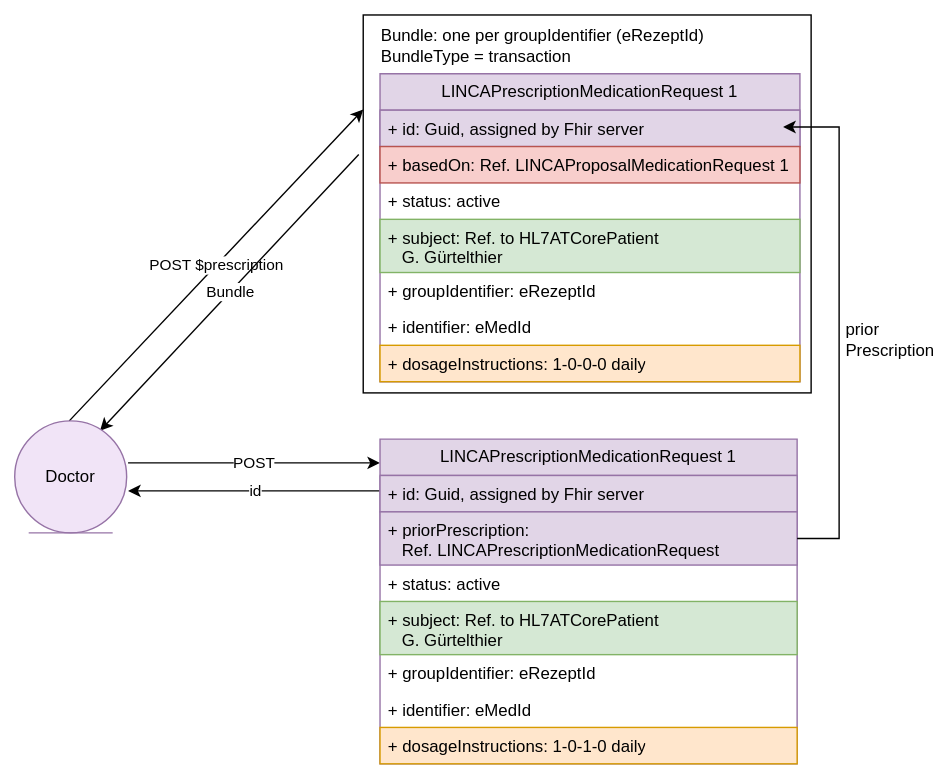
Above: r5-LinkedCare-dev/UserStory_012_diagram.svg in HL7Austria/hl7austria.github.io (draw.io), before the change. Source tidied: cells renumbered, new cells last; positions are measured from the earlier drawing's top-left corner, leaving out a move shared by most shapes.
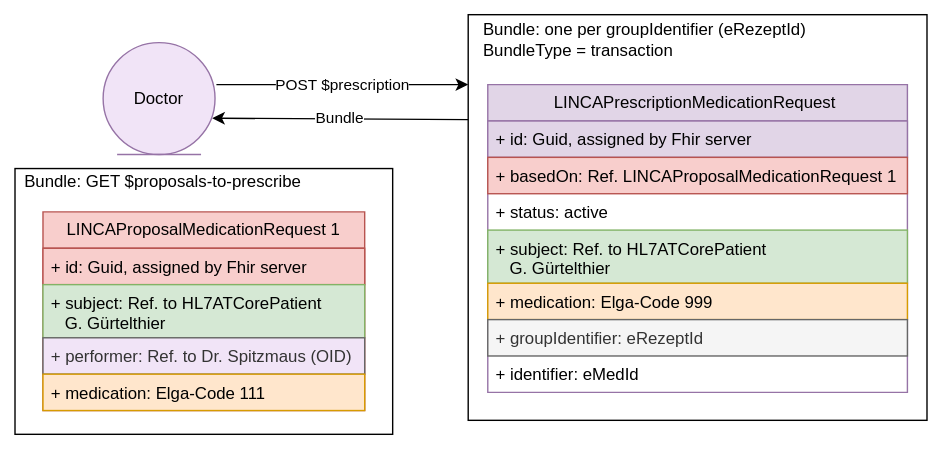
After the change.

The edit, as a diff of the source:
```diff
@@ -2,17 +2,20 @@
   <root>
     <mxCell id="0" />
     <mxCell id="1" parent="0" />
-    <mxCell id="2" style="rounded=0;whiteSpace=wrap;html=1;" parent="1" vertex="1">
-      <mxGeometry x="249" width="320" height="270" as="geometry" />
-    </mxCell>
+    <mxCell id="27" style="rounded=0;whiteSpace=wrap;html=1;" parent="1" vertex="1">
+      <mxGeometry x="261" y="30" width="328" height="290" as="geometry" />
+    </mxCell>
+    <mxCell id="28" style="rounded=0;whiteSpace=wrap;html=1;" parent="1" vertex="1">
+      <mxGeometry x="-63" y="140" width="270" height="190" as="geometry" />
+    </mxCell>
-    <mxCell id="3" value="POST" style="endArrow=classic;html=1;rounded=0;" parent="1" edge="1">
+    <mxCell id="3" value="POST $prescription" style="endArrow=classic;html=1;rounded=0;" parent="1" edge="1">
       <mxGeometry relative="1" as="geometry">
-        <mxPoint x="81" y="320" as="sourcePoint" />
-        <mxPoint x="261" y="320" as="targetPoint" />
+        <mxPoint x="81" y="80" as="sourcePoint" />
+        <mxPoint x="261" y="80" as="targetPoint" />
       </mxGeometry>
     </mxCell>
-    <mxCell id="4" value="LINCAPrescriptionMedicationRequest 1" style="swimlane;fontStyle=0;horizontal=1;startSize=26;fillColor=#e1d5e7;whiteSpace=wrap;html=1;strokeColor=#9673a6;" parent="1" vertex="1">
-      <mxGeometry x="261" y="42" width="300" height="220" as="geometry" />
+    <mxCell id="4" value="LINCAPrescriptionMedicationRequest&amp;nbsp;" style="swimlane;fontStyle=0;horizontal=1;startSize=26;fillColor=#e1d5e7;whiteSpace=wrap;html=1;strokeColor=#9673a6;" parent="1" vertex="1">
+      <mxGeometry x="275" y="80" width="300" height="220" as="geometry" />
     </mxCell>
     <mxCell id="5" value="+ id: Guid, assigned by Fhir server" style="text;strokeColor=#9673a6;fillColor=#e1d5e7;align=left;verticalAlign=top;spacingLeft=4;spacingRight=4;overflow=hidden;whiteSpace=wrap;html=1;" parent="4" vertex="1">
       <mxGeometry y="26" width="300" height="26" as="geometry" />
@@ -26,72 +29,44 @@
     <mxCell id="8" value="+ subject: Ref. to HL7ATCorePatient&amp;nbsp; &lt;br&gt;&amp;nbsp; &amp;nbsp;G. Gürtelthier" style="text;strokeColor=#82b366;fillColor=#d5e8d4;align=left;verticalAlign=top;spacingLeft=4;spacingRight=4;overflow=hidden;whiteSpace=wrap;html=1;" parent="4" vertex="1">
       <mxGeometry y="104" width="300" height="38" as="geometry" />
     </mxCell>
+    <mxCell id="29" value="+ medication: Elga-Code 999" style="text;align=left;verticalAlign=top;spacingLeft=4;spacingRight=4;overflow=hidden;whiteSpace=wrap;html=1;fillColor=#ffe6cc;strokeColor=#d79b00;" parent="4" vertex="1">
+      <mxGeometry y="142" width="300" height="26" as="geometry" />
+    </mxCell>
-    <mxCell id="9" value="+ groupIdentifier: eRezeptId" style="text;align=left;verticalAlign=top;spacingLeft=4;spacingRight=4;overflow=hidden;whiteSpace=wrap;html=1;" parent="4" vertex="1">
-      <mxGeometry y="142" width="300" height="26" as="geometry" />
+    <mxCell id="9" value="+ groupIdentifier: eRezeptId" style="text;align=left;verticalAlign=top;spacingLeft=4;spacingRight=4;overflow=hidden;whiteSpace=wrap;html=1;fillColor=#f5f5f5;fontColor=#333333;strokeColor=#666666;" parent="4" vertex="1">
+      <mxGeometry y="168" width="300" height="26" as="geometry" />
     </mxCell>
     <mxCell id="10" value="+ identifier: eMedId" style="text;align=left;verticalAlign=top;spacingLeft=4;spacingRight=4;overflow=hidden;whiteSpace=wrap;html=1;" parent="4" vertex="1">
-      <mxGeometry y="168" width="300" height="26" as="geometry" />
+      <mxGeometry y="194" width="300" height="26" as="geometry" />
     </mxCell>
-    <mxCell id="11" value="+ dosageInstructions: 1-0-0-0 daily" style="text;align=left;verticalAlign=top;spacingLeft=4;spacingRight=4;overflow=hidden;whiteSpace=wrap;html=1;fillColor=#ffe6cc;strokeColor=#d79b00;" parent="4" vertex="1">
-      <mxGeometry y="194" width="300" height="26" as="geometry" />
-    </mxCell>
-    <mxCell id="12" value="id" style="endArrow=classic;html=1;rounded=0;exitX=0;exitY=0.5;exitDx=0;exitDy=0;" parent="1" edge="1">
+    <mxCell id="12" value="Bundle" style="endArrow=classic;html=1;rounded=0;" parent="1" edge="1">
       <mxGeometry relative="1" as="geometry">
-        <mxPoint x="264" y="340" as="sourcePoint" />
-        <mxPoint x="81" y="340" as="targetPoint" />
+        <mxPoint x="261" y="105" as="sourcePoint" />
+        <mxPoint x="78" y="104" as="targetPoint" />
       </mxGeometry>
     </mxCell>
-    <mxCell id="13" value="LINCAPrescriptionMedicationRequest 1" style="swimlane;fontStyle=0;horizontal=1;startSize=26;fillColor=#e1d5e7;whiteSpace=wrap;html=1;strokeColor=#9673a6;" parent="1" vertex="1">
-      <mxGeometry x="261" y="303" width="298" height="232" as="geometry" />
-    </mxCell>
+    <mxCell id="30" value="LINCAProposalMedicationRequest 1" style="swimlane;fontStyle=0;horizontal=1;startSize=26;fillColor=#f8cecc;whiteSpace=wrap;html=1;strokeColor=#b85450;" parent="1" vertex="1">
+      <mxGeometry x="-43" y="171" width="230" height="142" as="geometry" />
+    </mxCell>
-    <mxCell id="14" value="+ id: Guid, assigned by Fhir server" style="text;strokeColor=#9673a6;fillColor=#e1d5e7;align=left;verticalAlign=top;spacingLeft=4;spacingRight=4;overflow=hidden;whiteSpace=wrap;html=1;" parent="13" vertex="1">
-      <mxGeometry y="26" width="298" height="26" as="geometry" />
+    <mxCell id="14" value="+ id: Guid, assigned by Fhir server" style="text;strokeColor=#b85450;fillColor=#f8cecc;align=left;verticalAlign=top;spacingLeft=4;spacingRight=4;overflow=hidden;whiteSpace=wrap;html=1;" parent="30" vertex="1">
+      <mxGeometry y="26" width="230" height="26" as="geometry" />
     </mxCell>
-    <mxCell id="15" value="+ priorPrescription: &lt;br&gt;&amp;nbsp; &amp;nbsp;Ref. LINCAPrescriptionMedicationRequest" style="text;strokeColor=#9673a6;fillColor=#e1d5e7;align=left;verticalAlign=top;spacingLeft=4;spacingRight=4;overflow=hidden;points=[[0,0.5],[1,0.5]];portConstraint=eastwest;whiteSpace=wrap;html=1;" parent="13" vertex="1">
-      <mxGeometry y="52" width="298" height="38" as="geometry" />
-    </mxCell>
-    <mxCell id="16" value="+ status: active" style="text;align=left;verticalAlign=top;spacingLeft=4;spacingRight=4;overflow=hidden;whiteSpace=wrap;html=1;" parent="13" vertex="1">
-      <mxGeometry y="90" width="298" height="26" as="geometry" />
-    </mxCell>
-    <mxCell id="17" value="+ subject: Ref. to HL7ATCorePatient&amp;nbsp; &lt;br&gt;&amp;nbsp; &amp;nbsp;G. Gürtelthier" style="text;strokeColor=#82b366;fillColor=#d5e8d4;align=left;verticalAlign=top;spacingLeft=4;spacingRight=4;overflow=hidden;whiteSpace=wrap;html=1;" parent="13" vertex="1">
-      <mxGeometry y="116" width="298" height="38" as="geometry" />
+    <mxCell id="17" value="+ subject: Ref. to HL7ATCorePatient&amp;nbsp; &lt;br&gt;&amp;nbsp; &amp;nbsp;G. Gürtelthier" style="text;strokeColor=#82b366;fillColor=#d5e8d4;align=left;verticalAlign=top;spacingLeft=4;spacingRight=4;overflow=hidden;whiteSpace=wrap;html=1;" parent="30" vertex="1">
+      <mxGeometry y="52" width="230" height="38" as="geometry" />
     </mxCell>
-    <mxCell id="18" value="+ groupIdentifier: eRezeptId" style="text;align=left;verticalAlign=top;spacingLeft=4;spacingRight=4;overflow=hidden;whiteSpace=wrap;html=1;" parent="13" vertex="1">
-      <mxGeometry y="154" width="298" height="26" as="geometry" />
-    </mxCell>
-    <mxCell id="19" value="+ identifier: eMedId" style="text;align=left;verticalAlign=top;spacingLeft=4;spacingRight=4;overflow=hidden;whiteSpace=wrap;html=1;" parent="13" vertex="1">
-      <mxGeometry y="180" width="298" height="26" as="geometry" />
-    </mxCell>
-    <mxCell id="20" value="+ dosageInstructions: 1-0-1-0 daily" style="text;align=left;verticalAlign=top;spacingLeft=4;spacingRight=4;overflow=hidden;whiteSpace=wrap;html=1;fillColor=#ffe6cc;strokeColor=#d79b00;" parent="13" vertex="1">
-      <mxGeometry y="206" width="298" height="26" as="geometry" />
-    </mxCell>
-    <mxCell id="21" style="endArrow=classic;html=1;rounded=0;exitX=1;exitY=0.5;exitDx=0;exitDy=0;" parent="1" edge="1" source="15">
-      <mxGeometry relative="1" as="geometry">
-        <mxPoint x="549" y="80" as="targetPoint" />
-        <Array as="points">
-          <mxPoint x="589" y="374" />
-          <mxPoint x="589" y="80" />
-        </Array>
-      </mxGeometry>
-    </mxCell>
-    <mxCell id="22" value="prior&lt;br&gt;Prescription" style="text;html=1;strokeColor=none;fillColor=none;align=left;verticalAlign=left;whiteSpace=wrap;rounded=0;" parent="1" vertex="1">
-      <mxGeometry x="592" y="210" width="60" height="30" as="geometry" />
-    </mxCell>
-    <mxCell id="23" value="POST $prescription" style="endArrow=classic;html=1;rounded=0;entryX=0;entryY=0.25;entryDx=0;entryDy=0;" parent="1" edge="1" target="2">
-      <mxGeometry relative="1" as="geometry">
-        <mxPoint x="39" y="290" as="sourcePoint" />
-      </mxGeometry>
-    </mxCell>
-    <mxCell id="24" value="Bundle" style="endArrow=classic;html=1;rounded=0;exitX=-0.01;exitY=0.369;exitDx=0;exitDy=0;exitPerimeter=0;" parent="1" edge="1" source="2">
-      <mxGeometry relative="1" as="geometry">
-        <mxPoint x="61" y="297" as="targetPoint" />
-      </mxGeometry>
-    </mxCell>
+    <mxCell id="31" value="+ performer: Ref. to Dr. Spitzmaus (OID)" style="text;strokeColor=#666666;fillColor=#F1E4F7;align=left;verticalAlign=top;spacingLeft=4;spacingRight=4;overflow=hidden;whiteSpace=wrap;html=1;fontColor=#333333;" parent="30" vertex="1">
+      <mxGeometry y="90" width="230" height="26" as="geometry" />
+    </mxCell>
+    <mxCell id="32" value="+ medication: Elga-Code 111" style="text;align=left;verticalAlign=top;spacingLeft=4;spacingRight=4;overflow=hidden;whiteSpace=wrap;html=1;fillColor=#ffe6cc;strokeColor=#d79b00;" parent="30" vertex="1">
+      <mxGeometry y="116" width="230" height="26" as="geometry" />
+    </mxCell>
+    <mxCell id="33" value="Bundle: GET $proposals-to-prescribe" style="text;html=1;strokeColor=none;fillColor=none;align=center;verticalAlign=middle;whiteSpace=wrap;rounded=0;" parent="1" vertex="1">
+      <mxGeometry x="-63" y="135" width="212" height="30" as="geometry" />
+    </mxCell>
     <mxCell id="25" value="Doctor" style="ellipse;shape=umlEntity;whiteSpace=wrap;html=1;fillColor=#F1E4F7;strokeColor=#9673a6;" parent="1" vertex="1">
-      <mxGeometry y="290" width="80" height="80" as="geometry" />
+      <mxGeometry y="50" width="80" height="80" as="geometry" />
     </mxCell>
     <mxCell id="26" value="Bundle: one per groupIdentifier (eRezeptId)&lt;br&gt;BundleType = transaction" style="text;html=1;strokeColor=none;fillColor=none;align=left;verticalAlign=middle;whiteSpace=wrap;rounded=0;" parent="1" vertex="1">
-      <mxGeometry x="260" y="7" width="249" height="30" as="geometry" />
+      <mxGeometry x="270" y="33" width="249" height="30" as="geometry" />
     </mxCell>
   </root>
 </mxGraphModel>
```
